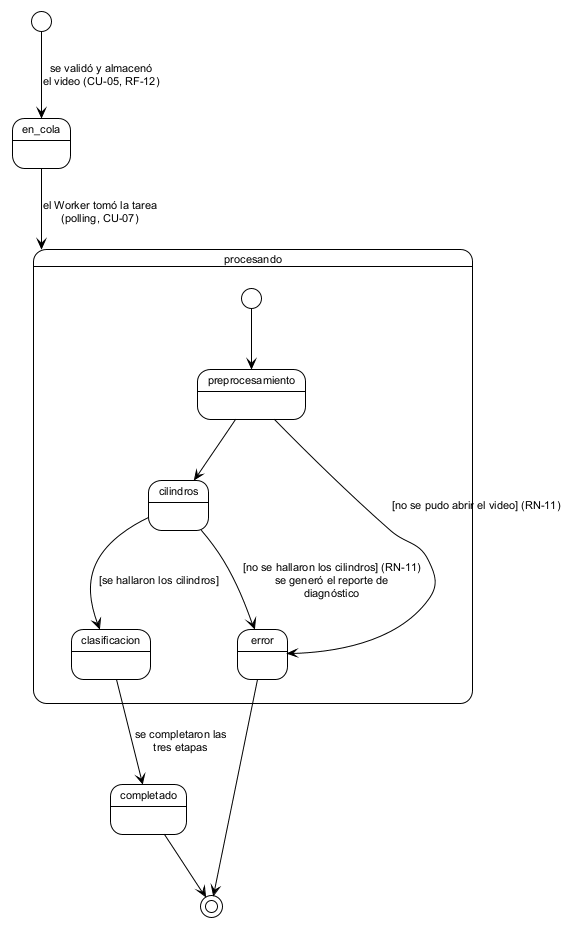
Earlier version of the PlantUML export figures/mermaid/estados_analisis.png (ErickJester/fst-ai-system-latex).
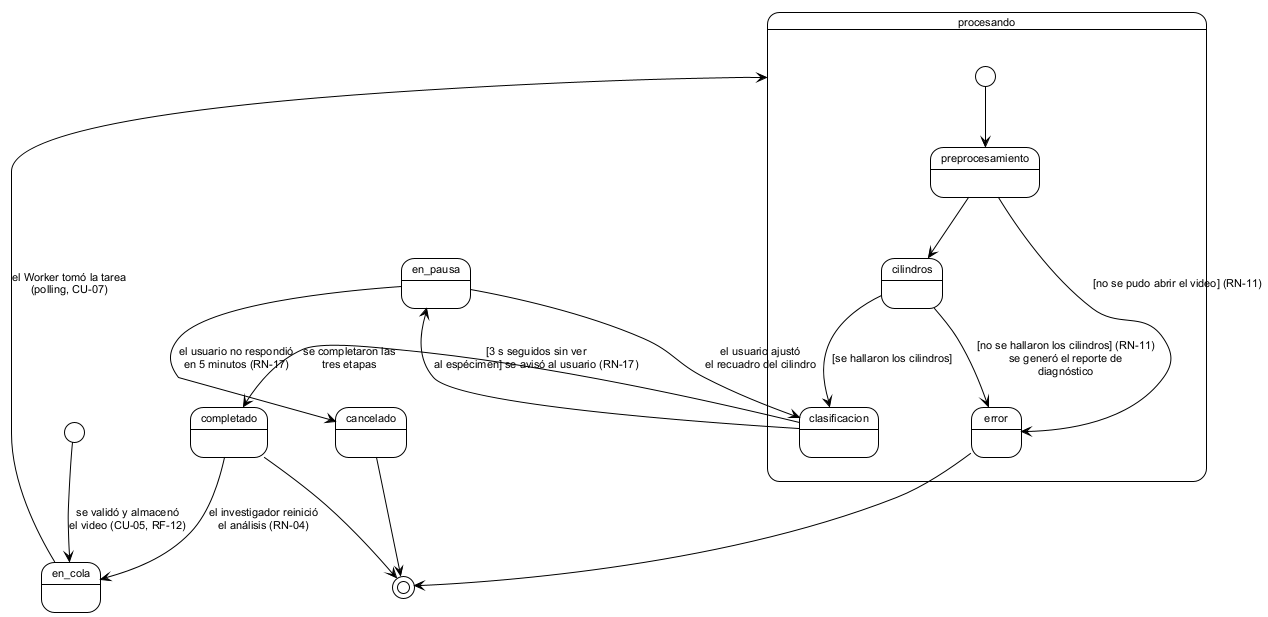
The same diagram one commit later.

What changed in the source:
```diff
@@ -16,8 +16,13 @@
 en_cola --> procesando : el Worker tomó la tarea\n(polling, CU-07)
 cilindros --> error : [no se hallaron los cilindros] (RN-11)\nse generó el reporte de\ndiagnóstico
 clasificacion --> completado : se completaron las\ntres etapas
+clasificacion --> en_pausa : [3 s seguidos sin ver\nal espécimen] se avisó al usuario (RN-17)
+en_pausa --> clasificacion : el usuario ajustó\nel recuadro del cilindro
+en_pausa --> cancelado : el usuario no respondió\nen 5 minutos (RN-17)
+completado --> en_cola : el investigador reinició\nel análisis (RN-04)
 
 completado --> [*]
 error --> [*]
+cancelado --> [*]
 
 @enduml
```
